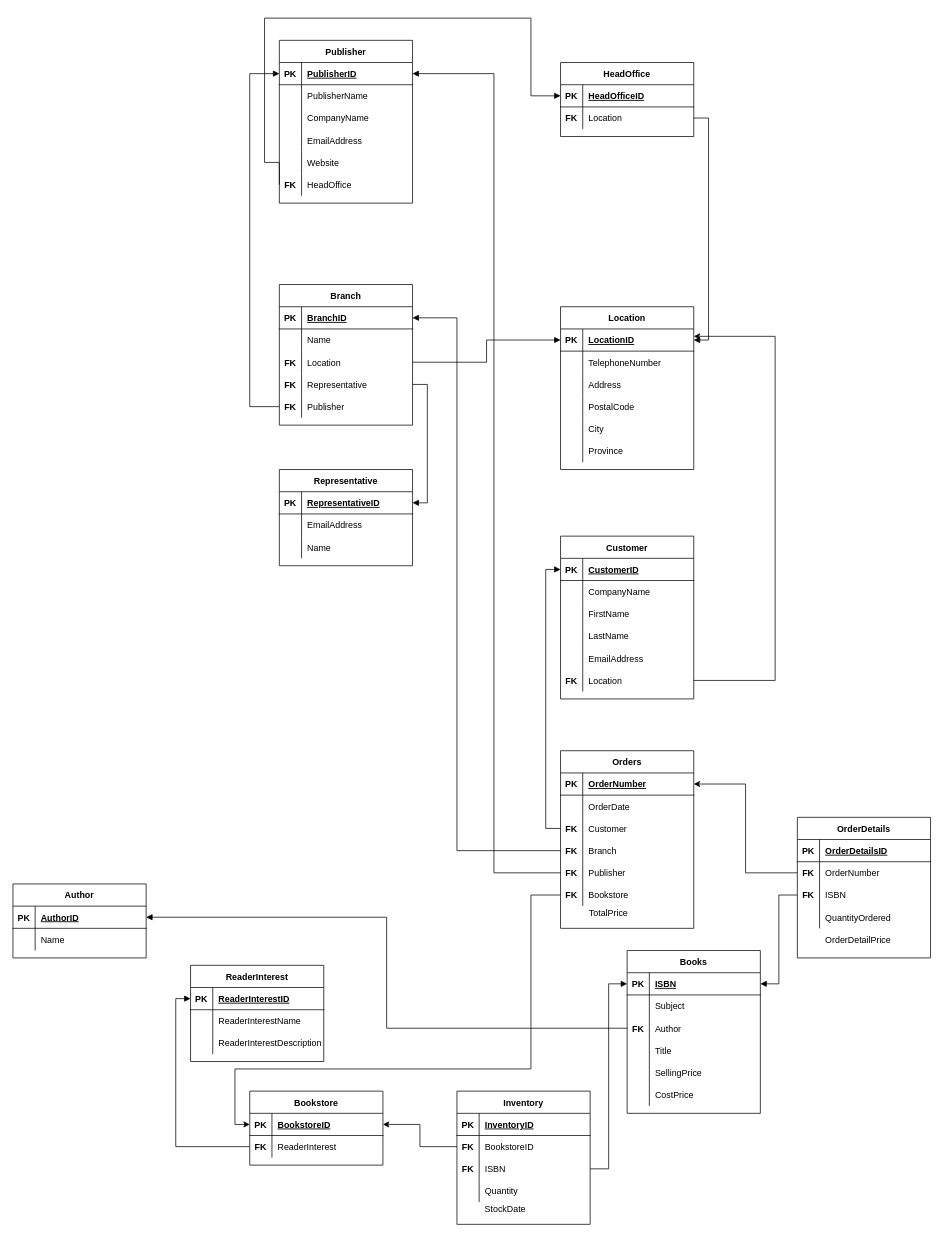
gordonpn/comp353-warmup-project keeps this draw.io diagram as relational-schema.drawio. Above is the earlier version. Source tidied: cells renumbered, new cells numbered last; positions are measured from the earlier drawing's top-left corner, leaving out a move shared by most shapes. Both pictures are drawn from the tidied source at 74%, with x=0, y=0 at pixel (13, 18).
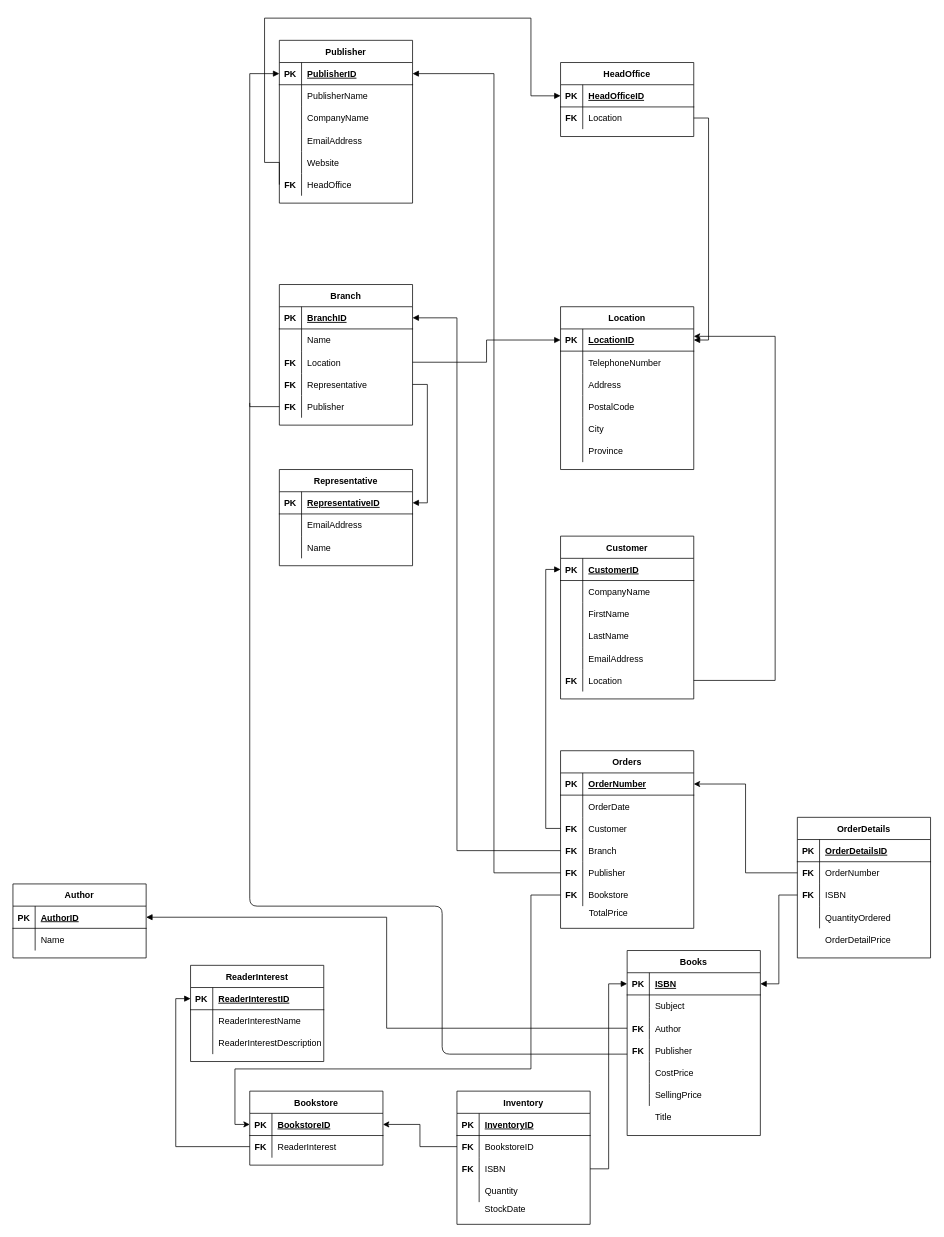
The same page after the edit.

Commit message (it also covers changes not shown here):
Added new Publisher FK to Books table

Unchanged cells that the change refers to:
```xml
<mxCell id="160" style="shape=partialRectangle;fillColor=none;top=0;left=0;bottom=0;right=0;" parent="150" vertex="1">
  <mxGeometry y="120" width="180" height="30" as="geometry" />
</mxCell>
```

Diff of the diagram source:
```diff
@@
     <mxCell id="150" value="Books" style="shape=table;startSize=30;childLayout=tableLayout;rowLines=0;fontStyle=1;align=center;" parent="1" vertex="1">
-      <mxGeometry x="830" y="1260" width="180" height="220" as="geometry" />
+      <mxGeometry x="830" y="1260" width="180" height="250" as="geometry" />
     </mxCell>
@@
-    <mxCell id="162" value="Title" style="shape=partialRectangle;fillColor=none;top=0;left=0;bottom=0;right=0;align=left;spacingLeft=6;overflow=hidden;" parent="160" vertex="1">
+    <mxCell id="162" value="Publisher" style="shape=partialRectangle;fillColor=none;top=0;left=0;bottom=0;right=0;align=left;spacingLeft=6;overflow=hidden;" parent="160" vertex="1">
       <mxGeometry x="30" width="150" height="30" as="geometry" />
     </mxCell>
+    <mxCell id="166" style="shape=partialRectangle;fillColor=none;top=0;left=0;bottom=0;right=0;" parent="150" vertex="1">
+      <mxGeometry y="150" width="180" height="30" as="geometry" />
+    </mxCell>
+    <mxCell id="167" style="shape=partialRectangle;fillColor=none;top=0;left=0;bottom=0;right=0;overflow=hidden;" parent="166" vertex="1">
+      <mxGeometry width="30" height="30" as="geometry" />
+    </mxCell>
+    <mxCell id="168" value="CostPrice" style="shape=partialRectangle;fillColor=none;top=0;left=0;bottom=0;right=0;align=left;spacingLeft=6;overflow=hidden;" parent="166" vertex="1">
+      <mxGeometry x="30" width="150" height="30" as="geometry" />
+    </mxCell>
     <mxCell id="163" style="shape=partialRectangle;fillColor=none;top=0;left=0;bottom=0;right=0;" parent="150" vertex="1">
-      <mxGeometry y="150" width="180" height="30" as="geometry" />
+      <mxGeometry y="180" width="180" height="30" as="geometry" />
     </mxCell>
@@
-    <mxCell id="166" style="shape=partialRectangle;fillColor=none;top=0;left=0;bottom=0;right=0;" parent="150" vertex="1">
-      <mxGeometry y="180" width="180" height="30" as="geometry" />
-    </mxCell>
-    <mxCell id="167" style="shape=partialRectangle;fillColor=none;top=0;left=0;bottom=0;right=0;overflow=hidden;" parent="166" vertex="1">
-      <mxGeometry width="30" height="30" as="geometry" />
-    </mxCell>
-    <mxCell id="168" value="CostPrice" style="shape=partialRectangle;fillColor=none;top=0;left=0;bottom=0;right=0;align=left;spacingLeft=6;overflow=hidden;" parent="166" vertex="1">
-      <mxGeometry x="30" width="150" height="30" as="geometry" />
-    </mxCell>
@@
+    <mxCell id="203" value="FK" style="shape=partialRectangle;fillColor=none;top=0;left=0;bottom=0;right=0;overflow=hidden;fontStyle=1;" parent="1" vertex="1">
+      <mxGeometry x="830" y="1380" width="30" height="30" as="geometry" />
+    </mxCell>
+    <mxCell id="204" value="Title" style="shape=partialRectangle;fillColor=none;top=0;left=0;bottom=0;right=0;align=left;spacingLeft=6;overflow=hidden;" parent="1" vertex="1">
+      <mxGeometry x="860" y="1470" width="150" height="30" as="geometry" />
+    </mxCell>
+    <mxCell id="205" style="endArrow=none;html=1;" parent="1" edge="1">
+      <mxGeometry relative="1" as="geometry">
+        <mxPoint x="830" y="1400" as="sourcePoint" />
+        <mxPoint x="320" y="520" as="targetPoint" />
+        <Array as="points">
+          <mxPoint x="580" y="1400" />
+          <mxPoint x="580" y="1200" />
+          <mxPoint x="320" y="1200" />
+        </Array>
+      </mxGeometry>
+    </mxCell>
```
